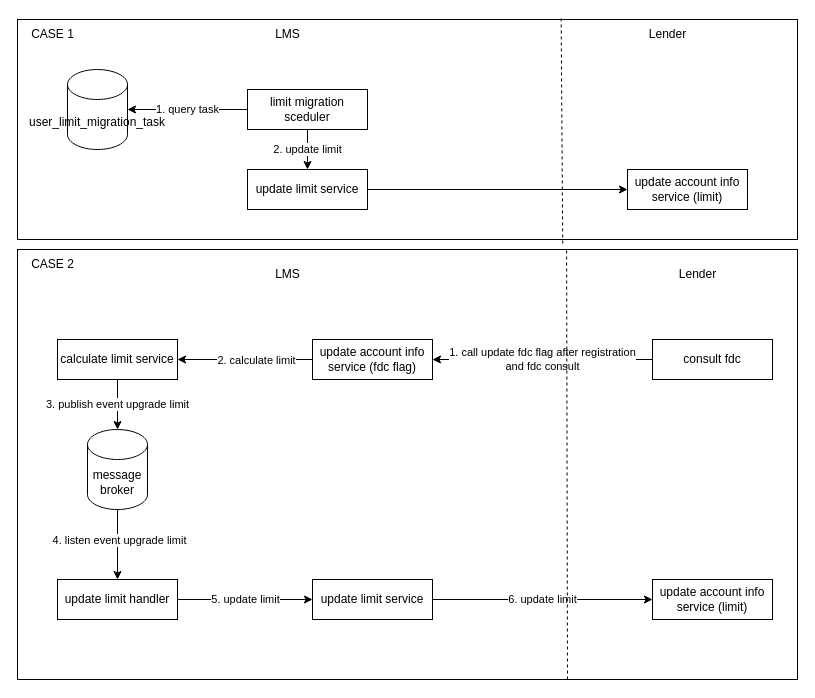
This is increase_limit.drawio from bonggalshn/dna_diagram, a draw.io file, before an edit. Source tidied: cells renumbered, new cells numbered last; positions are measured from the earlier drawing's top-left corner, leaving out a move shared by most shapes. Both pictures are drawn from the tidied source at 100%, with x=0, y=0 at pixel (17, 19).
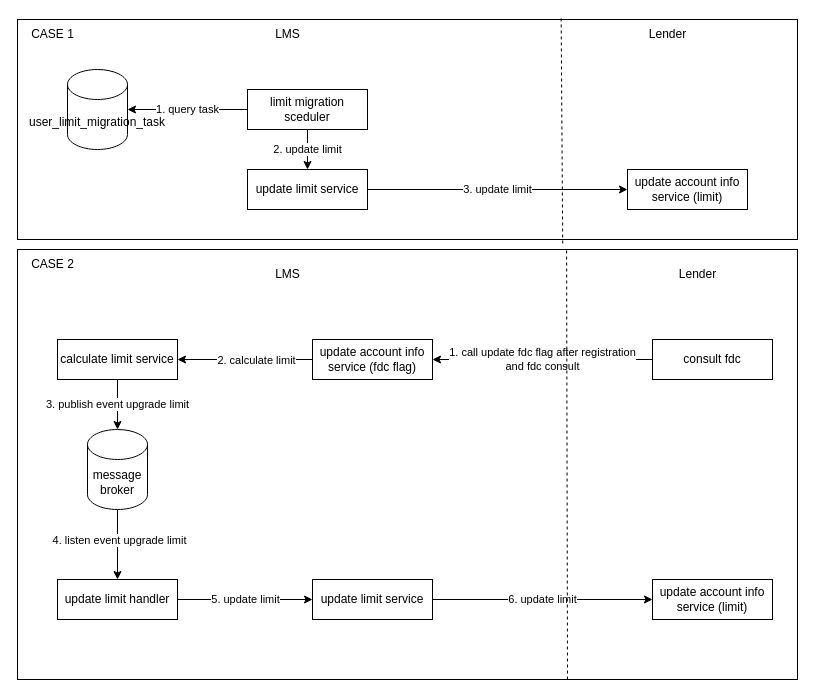
The same diagram, later.

Unchanged cells that the change refers to:
```xml
<mxCell id="4" value="update limit service" style="rounded=0;whiteSpace=wrap;html=1;" parent="1" vertex="1">
  <mxGeometry x="230" y="150" width="120" height="40" as="geometry" />
</mxCell>
<mxCell id="31" value="update account info service (limit)" style="rounded=0;whiteSpace=wrap;html=1;" parent="1" vertex="1">
  <mxGeometry x="610" y="150" width="120" height="40" as="geometry" />
</mxCell>
```

The edit, as a diff of the source:
```diff
@@
-    <mxCell id="3" style="edgeStyle=orthogonalEdgeStyle;rounded=0;jettySize=auto;html=1;" parent="1" edge="1" source="4" target="31">
+    <mxCell id="3" value="3. update limit" style="edgeStyle=orthogonalEdgeStyle;rounded=0;jettySize=auto;html=1;" parent="1" edge="1" source="4" target="31">
       <mxGeometry relative="1" as="geometry" />
     </mxCell>
```
